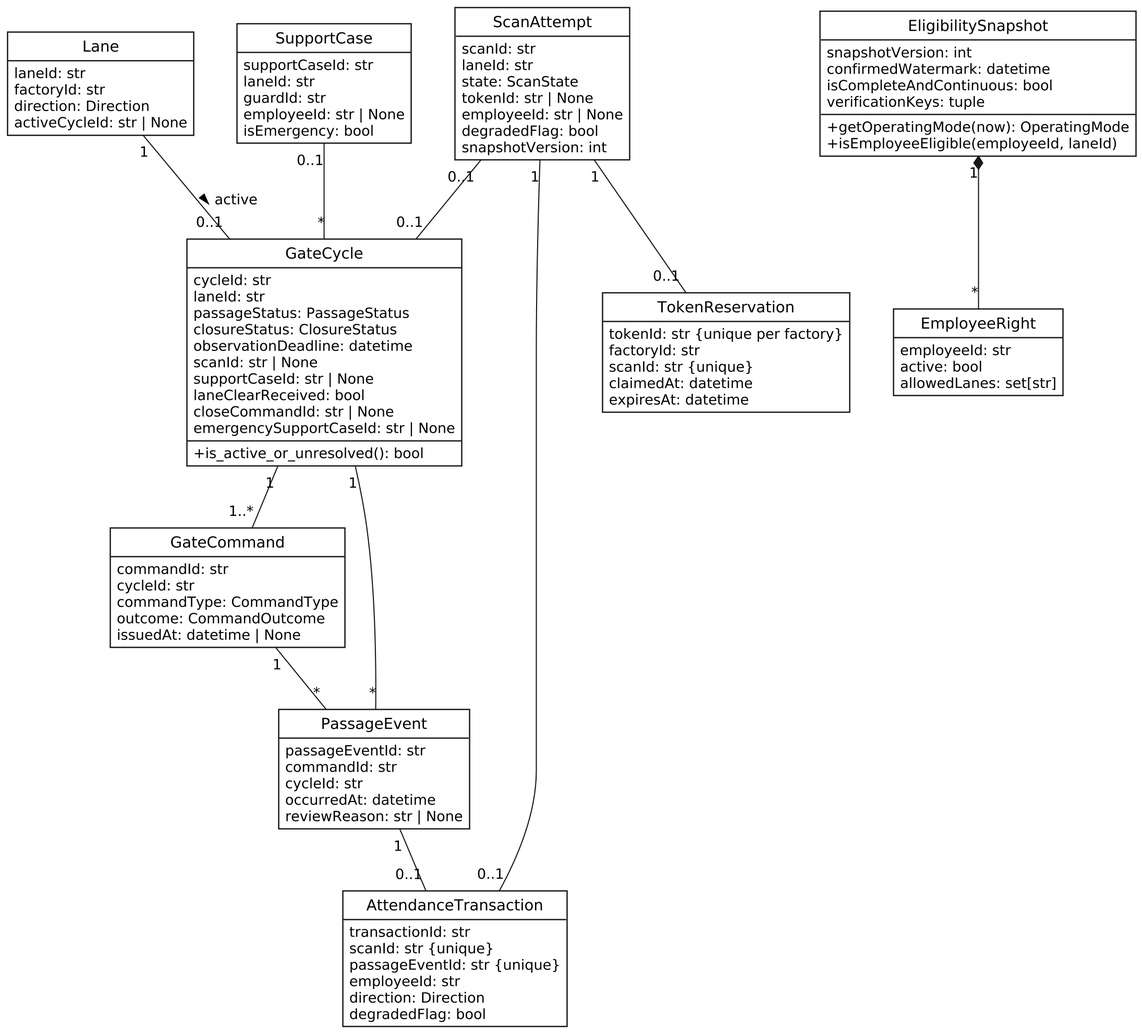
Before: report/diagram/class/figure-4-20-gate-core-entities.png, a diagram exported from PlantUML (Khoavan1406-hub/tmc-qr-attendance-cc01-group1).
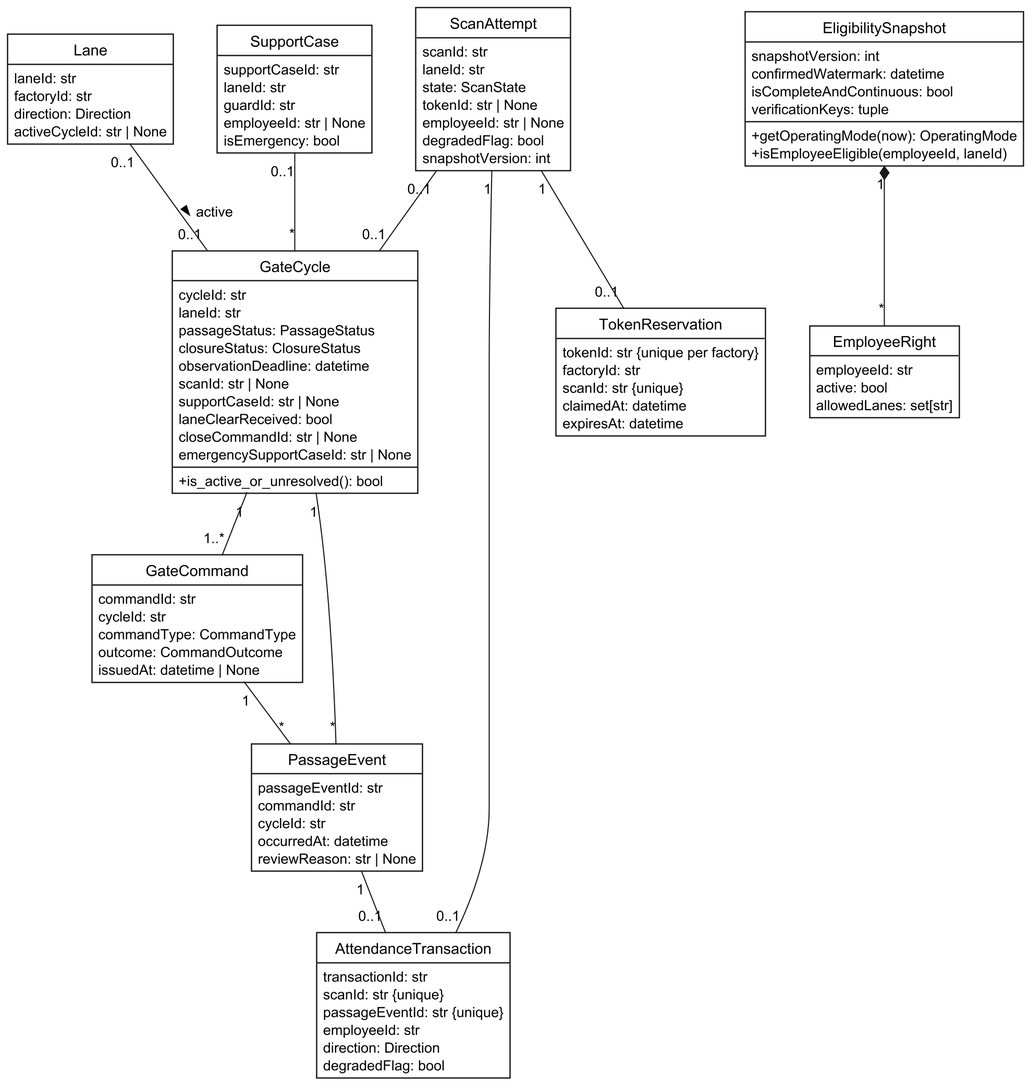
The same file after the commit.

Change to the diagram source:
```diff
@@ -79,7 +79,7 @@
   allowedLanes: set[str]
 }
 
-Lane "1" -- "0..1" GateCycle : active >
+Lane "0..1" -- "0..1" GateCycle : active >
 SupportCase "0..1" -- "*" GateCycle
 ScanAttempt "0..1" -- "0..1" GateCycle
 GateCycle "1" -- "1..*" GateCommand
```
